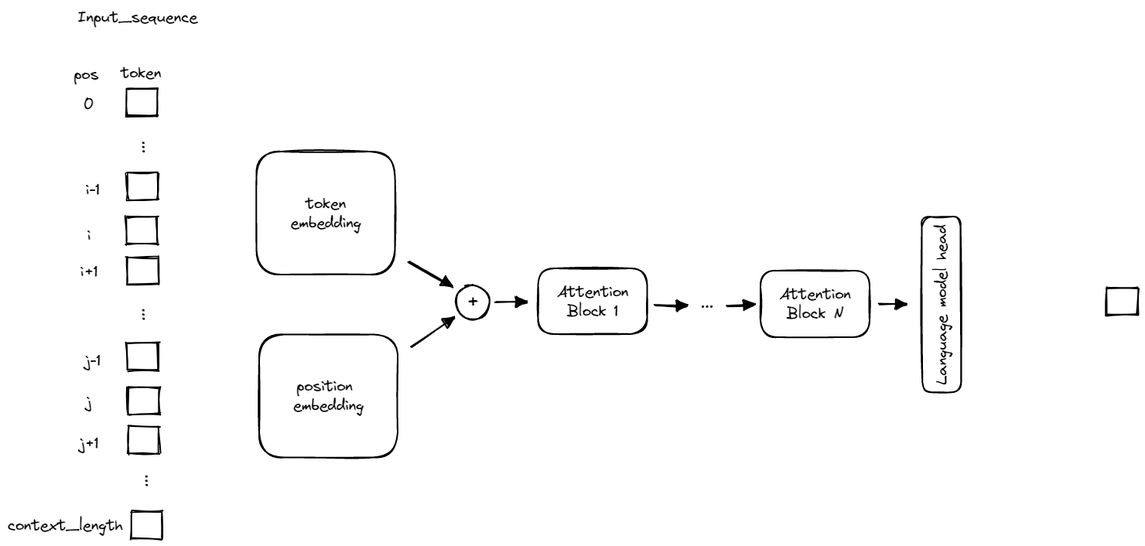
Earlier version of the Excalidraw export images/transformer.png (richbrei/understand_gpt). Source tidied: one line per element, renumbered; positions are measured from the earlier drawing's top-left corner, leaving out a move shared by most shapes.
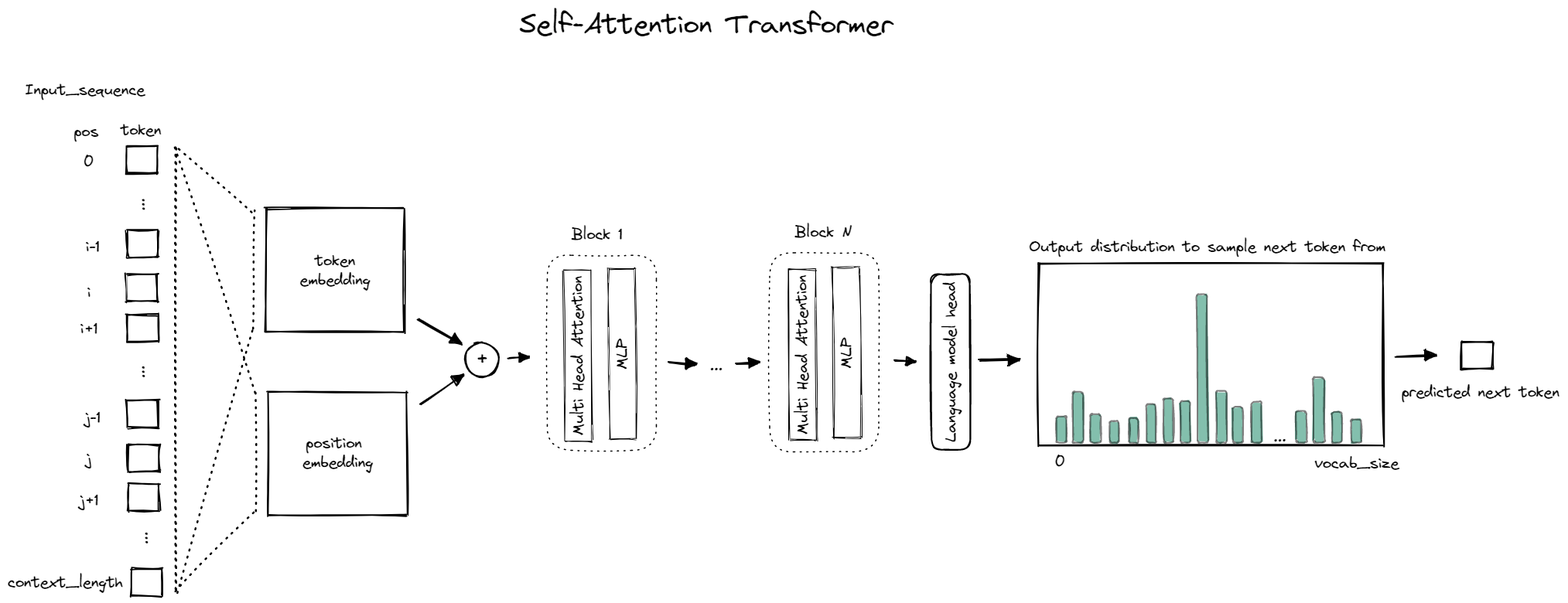
Later version of the same file.

Commit message:
updated Transformer figure

What changed in the source:
```diff
@@ -1,42 +1,77 @@
 {"id": 0, "type": "rectangle", "strokeColor": "#000000", "strokeWidth": 2, "roughness": 1, "x": 154, "y": 105, "width": 40, "height": 35}
 {"id": 1, "type": "rectangle", "strokeColor": "#000000", "strokeWidth": 2, "roughness": 1, "x": 154, "y": 270, "width": 40, "height": 35}
-{"id": 2, "type": "rectangle", "strokeColor": "#000000", "strokeWidth": 2, "roughness": 1, "x": 154, "y": 214, "width": 40, "height": 35}
+{"id": 2, "type": "rectangle", "strokeColor": "#000000", "strokeWidth": 2, "roughness": 1, "x": 155, "y": 213, "width": 40, "height": 35}
-{"id": 3, "type": "rectangle", "strokeColor": "#000000", "strokeWidth": 2, "roughness": 1, "x": 154, "y": 322, "width": 40, "height": 35}
+{"id": 3, "type": "rectangle", "strokeColor": "#000000", "strokeWidth": 2, "roughness": 1, "x": 155, "y": 322, "width": 40, "height": 35}
-{"id": 4, "type": "rectangle", "strokeColor": "#000000", "strokeWidth": 2, "roughness": 1, "x": 156, "y": 542, "width": 40, "height": 35}
+{"id": 4, "type": "rectangle", "strokeColor": "#000000", "strokeWidth": 2, "roughness": 1, "x": 156, "y": 541, "width": 40, "height": 35}
-{"id": 5, "type": "rectangle", "strokeColor": "#000000", "strokeWidth": 2, "roughness": 1, "x": 154, "y": 434, "width": 40, "height": 35}
+{"id": 5, "type": "rectangle", "strokeColor": "#000000", "strokeWidth": 2, "roughness": 1, "x": 155, "y": 433, "width": 40, "height": 35}
 {"id": 6, "type": "rectangle", "strokeColor": "#000000", "strokeWidth": 2, "roughness": 1, "x": 156, "y": 490, "width": 40, "height": 35}
 {"id": 7, "type": "text", "text": "...", "strokeColor": "#000000", "angle": 4.7, "strokeWidth": 2, "roughness": 1, "fontSize": 20, "fontFamily": 1, "x": 162, "y": 167, "width": 18, "height": 25}
-{"id": 8, "type": "text", "text": "...", "strokeColor": "#000000", "angle": 4.7, "strokeWidth": 2, "roughness": 1, "fontSize": 20, "fontFamily": 1, "x": 165, "y": 598, "width": 18, "height": 25}
+{"id": 8, "type": "text", "text": "...", "strokeColor": "#000000", "angle": 4.7, "strokeWidth": 2, "roughness": 1, "fontSize": 20, "fontFamily": 1, "x": 166, "y": 598, "width": 18, "height": 25}
 {"id": 9, "type": "text", "text": "0", "strokeColor": "#000000", "strokeWidth": 2, "roughness": 1, "fontSize": 20, "fontFamily": 1, "x": 98, "y": 113, "width": 16, "height": 25}
-{"id": 10, "type": "text", "text": "i", "strokeColor": "#000000", "strokeWidth": 2, "roughness": 1, "fontSize": 20, "fontFamily": 1, "x": 103, "y": 282, "width": 6, "height": 25}
+{"id": 10, "type": "text", "text": "i", "strokeColor": "#000000", "strokeWidth": 2, "roughness": 1, "fontSize": 20, "fontFamily": 1, "x": 103, "y": 281, "width": 6, "height": 25}
 {"id": 11, "type": "text", "text": "j", "strokeColor": "#000000", "strokeWidth": 2, "roughness": 1, "fontSize": 20, "fontFamily": 1, "x": 101, "y": 496, "width": 9, "height": 25}
-{"id": 12, "type": "rectangle", "strokeColor": "#000000", "strokeWidth": 2, "roughness": 1, "x": 160, "y": 652, "width": 40, "height": 35}
+{"id": 12, "type": "rectangle", "strokeColor": "#000000", "strokeWidth": 2, "roughness": 1, "x": 160, "y": 651, "width": 40, "height": 35}
-{"id": 13, "type": "text", "text": "...", "strokeColor": "#000000", "angle": 4.7, "strokeWidth": 2, "roughness": 1, "fontSize": 20, "fontFamily": 1, "x": 162, "y": 384, "width": 18, "height": 25}
+{"id": 13, "type": "text", "text": "...", "strokeColor": "#000000", "angle": 4.7, "strokeWidth": 2, "roughness": 1, "fontSize": 20, "fontFamily": 1, "x": 162, "y": 383, "width": 18, "height": 25}
 {"id": 14, "type": "text", "text": " i-1", "strokeColor": "#000000", "strokeWidth": 2, "roughness": 1, "fontSize": 20, "fontFamily": 1, "x": 91, "y": 222, "width": 30, "height": 25}
 {"id": 15, "type": "text", "text": "i+1", "strokeColor": "#000000", "strokeWidth": 2, "roughness": 1, "fontSize": 20, "fontFamily": 1, "x": 94, "y": 328, "width": 24, "height": 25}
 {"id": 16, "type": "text", "text": "j+1", "strokeColor": "#000000", "strokeWidth": 2, "roughness": 1, "fontSize": 20, "fontFamily": 1, "x": 93, "y": 550, "width": 26, "height": 25}
 {"id": 17, "type": "text", "text": "context_length", "strokeColor": "#000000", "strokeWidth": 2, "roughness": 1, "fontSize": 20, "fontFamily": 1, "x": 0, "y": 656, "width": 151, "height": 25}
-{"id": 18, "type": "text", "text": "Input_sequence", "strokeColor": "#000000", "strokeWidth": 2, "roughness": 1, "fontSize": 20, "fontFamily": 1, "x": 90, "y": 0, "width": 157, "height": 25}
+{"id": 18, "type": "text", "text": "Input_sequence", "strokeColor": "#000000", "strokeWidth": 2, "roughness": 1, "fontSize": 20, "fontFamily": 1, "x": 23, "y": 20, "width": 157, "height": 25}
-{"id": 19, "type": "text", "text": " j-1", "strokeColor": "#000000", "strokeWidth": 2, "roughness": 1, "fontSize": 20, "fontFamily": 1, "x": 90, "y": 444, "width": 32, "height": 25}
+{"id": 19, "type": "text", "text": " j-1", "strokeColor": "#000000", "strokeWidth": 2, "roughness": 1, "fontSize": 20, "fontFamily": 1, "x": 90, "y": 443, "width": 32, "height": 25}
-{"id": 20, "type": "text", "text": "token", "strokeColor": "#000000", "strokeWidth": 2, "roughness": 1, "fontSize": 20, "fontFamily": 1, "x": 146, "y": 72, "width": 54, "height": 25}
+{"id": 20, "type": "text", "text": "token", "strokeColor": "#000000", "strokeWidth": 2, "roughness": 1, "fontSize": 20, "fontFamily": 1, "x": 146, "y": 71, "width": 54, "height": 25}
-{"id": 21, "type": "text", "text": "pos", "strokeColor": "#000000", "strokeWidth": 2, "roughness": 1, "fontSize": 20, "fontFamily": 1, "x": 86, "y": 74, "width": 34, "height": 25}
+{"id": 21, "type": "text", "text": "pos", "strokeColor": "#000000", "strokeWidth": 2, "roughness": 1, "fontSize": 20, "fontFamily": 1, "x": 86, "y": 73, "width": 34, "height": 25}
-{"id": 22, "type": "rectangle", "strokeColor": "#000000", "strokeWidth": 2, "roughness": 1, "round": true, "x": 322, "y": 186, "width": 179, "height": 159}
+{"id": 22, "type": "rectangle", "strokeColor": "#000000", "strokeWidth": 2, "roughness": 1, "x": 334, "y": 186, "width": 179, "height": 159}
-{"id": 23, "type": "text", "text": "token\nembedding", "strokeColor": "#000000", "strokeWidth": 2, "roughness": 1, "fontSize": 20, "fontFamily": 1, "textAlign": "center", "verticalAlign": "middle", "inside": 22, "x": 364, "y": 240, "width": 93, "height": 50}
+{"id": 23, "type": "text", "text": "token\nembedding", "strokeColor": "#000000", "strokeWidth": 2, "roughness": 1, "fontSize": 20, "fontFamily": 1, "textAlign": "center", "verticalAlign": "middle", "inside": 22, "x": 377, "y": 240, "width": 93, "height": 50}
-{"id": 24, "type": "rectangle", "strokeColor": "#000000", "strokeWidth": 2, "roughness": 1, "round": true, "x": 325, "y": 422, "width": 179, "height": 159}
+{"id": 24, "type": "rectangle", "strokeColor": "#000000", "strokeWidth": 2, "roughness": 1, "x": 337, "y": 422, "width": 179, "height": 159}
-{"id": 25, "type": "text", "text": "position \nembedding", "strokeColor": "#000000", "strokeWidth": 2, "roughness": 1, "fontSize": 20, "fontFamily": 1, "textAlign": "center", "verticalAlign": "middle", "inside": 24, "x": 368, "y": 477, "width": 93, "height": 50}
+{"id": 25, "type": "text", "text": "position \nembedding", "strokeColor": "#000000", "strokeWidth": 2, "roughness": 1, "fontSize": 20, "fontFamily": 1, "textAlign": "center", "verticalAlign": "middle", "inside": 24, "x": 380, "y": 477, "width": 93, "height": 50}
-{"id": 26, "type": "ellipse", "strokeColor": "#000000", "strokeWidth": 2, "roughness": 1, "round": true, "x": 580, "y": 358, "width": 43, "height": 45}
+{"id": 26, "type": "ellipse", "strokeColor": "#000000", "strokeWidth": 2, "roughness": 1, "round": true, "x": 592, "y": 358, "width": 43, "height": 45}
-{"id": 27, "type": "text", "text": "+", "strokeColor": "#000000", "strokeWidth": 2, "roughness": 1, "fontSize": 28, "fontFamily": 1, "textAlign": "center", "verticalAlign": "middle", "inside": 26, "x": 591, "y": 363, "width": 20, "height": 35}
+{"id": 27, "type": "text", "text": "+", "strokeColor": "#000000", "strokeWidth": 2, "roughness": 1, "fontSize": 28, "fontFamily": 1, "textAlign": "center", "verticalAlign": "middle", "inside": 26, "x": 603, "y": 363, "width": 20, "height": 35}
-{"id": 28, "type": "arrow", "strokeColor": "#000000", "strokeWidth": 2, "roughness": 1, "endArrowhead": "triangle", "round": true, "from": 22, "to": 26, "x": 518, "y": 329, "width": 57, "height": 32, "points": [[0, 0], [57, 32]]}
+{"id": 28, "type": "arrow", "strokeColor": "#000000", "strokeWidth": 2, "roughness": 1, "endArrowhead": "triangle", "round": true, "from": 22, "to": 26, "x": 531, "y": 329, "width": 57, "height": 32, "points": [[0, 0], [57, 32]]}
-{"id": 29, "type": "arrow", "strokeColor": "#000000", "strokeWidth": 2, "roughness": 1, "endArrowhead": "triangle", "round": true, "from": 24, "to": 26, "x": 522, "y": 438, "width": 55, "height": 38, "points": [[0, 0], [55, -38]]}
+{"id": 29, "type": "arrow", "strokeColor": "#000000", "strokeWidth": 2, "roughness": 1, "endArrowhead": "triangle", "round": true, "from": 24, "to": 26, "x": 534, "y": 438, "width": 55, "height": 38, "points": [[0, 0], [55, -38]]}
-{"id": 30, "type": "arrow", "strokeColor": "#000000", "strokeWidth": 2, "roughness": 1, "endArrowhead": "triangle", "round": true, "from": 26, "to": 31, "x": 631, "y": 381, "width": 40, "height": 1, "points": [[0, 0], [40, -1]]}
+{"id": 30, "type": "arrow", "strokeColor": "#000000", "strokeWidth": 2, "roughness": 1, "endArrowhead": "triangle", "round": true, "from": 26, "to": 31, "x": 647, "y": 379, "width": 26, "height": 2, "points": [[0, 0], [26, -2]]}
-{"id": 31, "type": "rectangle", "strokeColor": "#000000", "strokeWidth": 2, "roughness": 1, "round": true, "x": 686, "y": 337, "width": 141, "height": 85}
+{"id": 31, "type": "rectangle", "strokeColor": "#000000", "strokeWidth": 1, "strokeStyle": "dotted", "roughness": 1, "round": true, "x": 698, "y": 246, "width": 141, "height": 252}
-{"id": 32, "type": "text", "text": "Attention\nBlock 1", "strokeColor": "#000000", "strokeWidth": 2, "roughness": 1, "fontSize": 20, "fontFamily": 1, "textAlign": "center", "verticalAlign": "middle", "inside": 31, "x": 710, "y": 354, "width": 93, "height": 50}
-{"id": 33, "type": "rectangle", "strokeColor": "#000000", "strokeWidth": 2, "roughness": 1, "round": true, "x": 973, "y": 340, "width": 141, "height": 86}
+{"id": 33, "type": "rectangle", "strokeColor": "#000000", "strokeWidth": 1, "strokeStyle": "dotted", "roughness": 1, "round": true, "x": 985, "y": 243, "width": 141, "height": 257}
-{"id": 34, "type": "text", "text": "Attention\nBlock N", "strokeColor": "#000000", "strokeWidth": 2, "roughness": 1, "fontSize": 20, "fontFamily": 1, "textAlign": "center", "verticalAlign": "middle", "inside": 33, "x": 997, "y": 358, "width": 93, "height": 50}
-{"id": 35, "type": "arrow", "strokeColor": "#000000", "strokeWidth": 2, "roughness": 1, "endArrowhead": "triangle", "round": true, "from": 31, "x": 836, "y": 385, "width": 40, "height": 1, "points": [[0, 0], [40, 1]]}
+{"id": 35, "type": "arrow", "strokeColor": "#000000", "strokeWidth": 2, "roughness": 1, "endArrowhead": "triangle", "round": true, "from": 31, "x": 855, "y": 384, "width": 34, "height": 3, "points": [[0, 0], [34, 3]]}
-{"id": 36, "type": "arrow", "strokeColor": "#000000", "strokeWidth": 2, "roughness": 1, "endArrowhead": "triangle", "round": true, "to": 33, "x": 930, "y": 386, "width": 34, "height": 1, "points": [[0, 0], [34, -1]]}
+{"id": 36, "type": "arrow", "strokeColor": "#000000", "strokeWidth": 2, "roughness": 1, "endArrowhead": "triangle", "round": true, "to": 33, "x": 942, "y": 387, "width": 28, "height": 1, "points": [[0, 0], [28, -1]]}
-{"id": 37, "type": "text", "text": "...", "strokeColor": "#000000", "strokeWidth": 2, "roughness": 1, "fontSize": 20, "fontFamily": 1, "x": 896, "y": 369, "width": 18, "height": 25}
+{"id": 37, "type": "text", "text": "...", "strokeColor": "#000000", "strokeWidth": 2, "roughness": 1, "fontSize": 20, "fontFamily": 1, "x": 908, "y": 375, "width": 18, "height": 25}
-{"id": 38, "type": "rectangle", "strokeColor": "#000000", "angle": 4.71, "strokeWidth": 2, "roughness": 1, "round": true, "x": 1093, "y": 359, "width": 227, "height": 50}
+{"id": 38, "type": "rectangle", "strokeColor": "#000000", "angle": 4.71, "strokeWidth": 2, "roughness": 1, "round": true, "x": 1106, "y": 359, "width": 227, "height": 50}
-{"id": 39, "type": "text", "text": "Language model head", "strokeColor": "#000000", "angle": 4.71, "strokeWidth": 2, "roughness": 1, "fontSize": 20, "fontFamily": 1, "textAlign": "center", "verticalAlign": "middle", "inside": 38, "x": 1102, "y": 371, "width": 209, "height": 25}
+{"id": 39, "type": "text", "text": "Language model head", "strokeColor": "#000000", "angle": 4.71, "strokeWidth": 2, "roughness": 1, "fontSize": 20, "fontFamily": 1, "textAlign": "center", "verticalAlign": "middle", "inside": 38, "x": 1115, "y": 371, "width": 209, "height": 25}
-{"id": 40, "type": "arrow", "strokeColor": "#000000", "strokeWidth": 2, "roughness": 1, "endArrowhead": "triangle", "round": true, "from": 33, "x": 1127, "y": 384, "width": 34, "height": 1, "points": [[0, 0], [34, -1]]}
+{"id": 40, "type": "arrow", "strokeColor": "#000000", "strokeWidth": 2, "roughness": 1, "endArrowhead": "triangle", "round": true, "from": 33, "x": 1147, "y": 383, "width": 26, "height": 0, "points": [[0, 0], [26, 0]]}
-{"id": 41, "type": "rectangle", "strokeColor": "#000000", "strokeWidth": 2, "roughness": 1, "x": 1420, "y": 362, "width": 40, "height": 35}
+{"id": 41, "type": "rectangle", "strokeColor": "#000000", "strokeWidth": 2, "roughness": 1, "x": 1879, "y": 358, "width": 40, "height": 35}
+{"id": 42, "type": "rectangle", "strokeColor": "#000000", "angle": 4.7, "backgroundColor": "#087f5b", "fillStyle": "solid", "strokeWidth": 2, "roughness": 1, "opacity": 50, "round": true, "x": 1345, "y": 465, "width": 34, "height": 13}
+{"id": 43, "type": "rectangle", "strokeColor": "#000000", "angle": 4.7, "backgroundColor": "#087f5b", "fillStyle": "solid", "strokeWidth": 2, "roughness": 1, "opacity": 50, "round": true, "x": 1351, "y": 449, "width": 66, "height": 13}
+{"id": 44, "type": "rectangle", "strokeColor": "#000000", "angle": 4.7, "backgroundColor": "#087f5b", "fillStyle": "solid", "strokeWidth": 2, "roughness": 1, "opacity": 50, "round": true, "x": 1388, "y": 463, "width": 37, "height": 14}
+{"id": 45, "type": "rectangle", "strokeColor": "#000000", "angle": 4.7, "backgroundColor": "#087f5b", "fillStyle": "solid", "strokeWidth": 2, "roughness": 1, "opacity": 50, "round": true, "x": 1416, "y": 468, "width": 28, "height": 12}
+{"id": 46, "type": "rectangle", "strokeColor": "#000000", "angle": 4.7, "backgroundColor": "#087f5b", "fillStyle": "solid", "strokeWidth": 2, "roughness": 1, "opacity": 50, "round": true, "x": 1453, "y": 457, "width": 50, "height": 12}
+{"id": 47, "type": "rectangle", "strokeColor": "#000000", "angle": 4.7, "backgroundColor": "#087f5b", "fillStyle": "solid", "strokeWidth": 2, "roughness": 1, "opacity": 50, "round": true, "x": 1472, "y": 454, "width": 57, "height": 12}
+{"id": 48, "type": "rectangle", "strokeColor": "#000000", "angle": 4.7, "backgroundColor": "#087f5b", "fillStyle": "solid", "strokeWidth": 2, "roughness": 1, "opacity": 50, "round": true, "x": 1439, "y": 466, "width": 32, "height": 12}
+{"id": 49, "type": "rectangle", "strokeColor": "#000000", "angle": 4.7, "backgroundColor": "#087f5b", "fillStyle": "solid", "strokeWidth": 2, "roughness": 1, "opacity": 50, "round": true, "x": 1652, "y": 461, "width": 41, "height": 14}
+{"id": 50, "type": "rectangle", "strokeColor": "#000000", "angle": 4.7, "backgroundColor": "#087f5b", "fillStyle": "solid", "strokeWidth": 2, "roughness": 1, "opacity": 50, "round": true, "x": 1653, "y": 439, "width": 85, "height": 15}
+{"id": 51, "type": "rectangle", "strokeColor": "#000000", "angle": 4.7, "backgroundColor": "#087f5b", "fillStyle": "solid", "strokeWidth": 2, "roughness": 1, "opacity": 50, "round": true, "x": 1567, "y": 458, "width": 47, "height": 13}
+{"id": 52, "type": "text", "text": "...", "strokeColor": "#000000", "angle": 9.4, "strokeWidth": 2, "roughness": 1, "fontSize": 20, "fontFamily": 1, "x": 1635, "y": 477, "width": 18, "height": 25}
+{"id": 53, "type": "rectangle", "strokeColor": "#000000", "angle": 4.7, "backgroundColor": "#087f5b", "fillStyle": "solid", "strokeWidth": 2, "roughness": 1, "opacity": 50, "round": true, "x": 1448, "y": 385, "width": 192, "height": 14}
+{"id": 54, "type": "rectangle", "strokeColor": "#000000", "angle": 4.7, "backgroundColor": "#087f5b", "fillStyle": "solid", "strokeWidth": 2, "roughness": 1, "opacity": 50, "round": true, "x": 1536, "y": 448, "width": 67, "height": 14}
+{"id": 55, "type": "rectangle", "strokeColor": "#000000", "angle": 4.7, "backgroundColor": "#087f5b", "fillStyle": "solid", "strokeWidth": 2, "roughness": 1, "opacity": 50, "round": true, "x": 1495, "y": 455, "width": 54, "height": 13}
+{"id": 56, "type": "rectangle", "strokeColor": "#000000", "angle": 4.7, "backgroundColor": "#087f5b", "fillStyle": "solid", "strokeWidth": 2, "roughness": 1, "opacity": 50, "round": true, "x": 1588, "y": 455, "width": 53, "height": 13}
+{"id": 57, "type": "rectangle", "strokeColor": "#000000", "angle": 4.7, "backgroundColor": "#087f5b", "fillStyle": "solid", "strokeWidth": 2, "roughness": 1, "opacity": 50, "round": true, "x": 1698, "y": 462, "width": 40, "height": 13}
+{"id": 58, "type": "rectangle", "strokeColor": "#000000", "angle": 4.7, "backgroundColor": "#087f5b", "fillStyle": "solid", "strokeWidth": 2, "roughness": 1, "opacity": 50, "round": true, "x": 1728, "y": 467, "width": 30, "height": 13}
+{"id": 59, "type": "text", "text": "0", "strokeColor": "#000000", "strokeWidth": 2, "roughness": 1, "fontSize": 20, "fontFamily": 1, "x": 1354, "y": 501, "width": 16, "height": 25}
+{"id": 60, "type": "text", "text": "vocab_size", "strokeColor": "#000000", "strokeWidth": 2, "roughness": 1, "fontSize": 20, "fontFamily": 1, "x": 1689, "y": 502, "width": 111, "height": 25}
+{"id": 61, "type": "arrow", "strokeColor": "#000000", "backgroundColor": "#087f5b", "fillStyle": "solid", "strokeWidth": 2, "roughness": 1, "endArrowhead": "triangle", "round": true, "from": 38, "to": 62, "x": 1256, "y": 382, "width": 53, "height": 1, "points": [[0, 0], [53, -1]]}
+{"id": 62, "type": "rectangle", "strokeColor": "#000000", "strokeWidth": 2, "roughness": 1, "x": 1333, "y": 256, "width": 446, "height": 236}
+{"id": 63, "type": "text", "text": "Output distribution to sample next token from", "strokeColor": "#000000", "strokeWidth": 2, "roughness": 1, "fontSize": 20, "fontFamily": 1, "x": 1320, "y": 222, "width": 463, "height": 25}
+{"id": 64, "type": "arrow", "strokeColor": "#000000", "backgroundColor": "#087f5b", "fillStyle": "solid", "strokeWidth": 2, "roughness": 1, "endArrowhead": "triangle", "round": true, "from": 62, "x": 1794, "y": 377, "width": 53, "height": 1, "points": [[0, 0], [53, -1]]}
+{"id": 65, "type": "line", "strokeColor": "#000000", "strokeWidth": 2, "strokeStyle": "dotted", "roughness": 1, "x": 219, "y": 682, "width": 100, "height": 574, "points": [[0, 0], [100, -341], [99, -493], [0, -574], [0, 0]]}
+{"id": 66, "type": "line", "strokeColor": "#000000", "strokeWidth": 2, "strokeStyle": "dotted", "roughness": 1, "x": 216, "y": 680, "width": 104, "height": 574, "points": [[0, 0], [104, -104], [104, -256], [0, -574], [0, 0]]}
+{"id": 67, "type": "text", "text": "predicted next token", "strokeColor": "#000000", "strokeWidth": 2, "roughness": 1, "fontSize": 20, "fontFamily": 1, "x": 1802, "y": 411, "width": 206, "height": 25}
+{"id": 68, "type": "rectangle", "strokeColor": "#000000", "angle": 4.7, "strokeWidth": 1, "roughness": 1, "x": 627, "y": 358, "width": 221, "height": 35}
+{"id": 69, "type": "text", "text": "Multi Head Attention", "strokeColor": "#000000", "angle": 4.7, "strokeWidth": 2, "strokeStyle": "dotted", "roughness": 1, "fontSize": 20, "fontFamily": 1, "textAlign": "center", "verticalAlign": "middle", "inside": 68, "x": 633, "y": 363, "width": 208, "height": 25}
+{"id": 70, "type": "rectangle", "strokeColor": "#000000", "angle": 4.7, "strokeWidth": 1, "roughness": 1, "x": 684, "y": 356, "width": 221, "height": 35}
+{"id": 71, "type": "text", "text": "MLP", "strokeColor": "#000000", "angle": 4.7, "strokeWidth": 2, "strokeStyle": "dotted", "roughness": 1, "fontSize": 20, "fontFamily": 1, "textAlign": "center", "verticalAlign": "middle", "inside": 70, "x": 773, "y": 361, "width": 43, "height": 25}
+{"id": 72, "type": "rectangle", "strokeColor": "#000000", "angle": 4.7, "strokeWidth": 1, "roughness": 1, "x": 917, "y": 357, "width": 221, "height": 35}
+{"id": 73, "type": "text", "text": "Multi Head Attention", "strokeColor": "#000000", "angle": 4.7, "strokeWidth": 2, "strokeStyle": "dotted", "roughness": 1, "fontSize": 20, "fontFamily": 1, "textAlign": "center", "verticalAlign": "middle", "inside": 72, "x": 923, "y": 362, "width": 208, "height": 25}
+{"id": 74, "type": "rectangle", "strokeColor": "#000000", "angle": 4.7, "strokeWidth": 1, "roughness": 1, "x": 974, "y": 354, "width": 221, "height": 35}
+{"id": 75, "type": "text", "text": "MLP", "strokeColor": "#000000", "angle": 4.7, "strokeWidth": 2, "strokeStyle": "dotted", "roughness": 1, "fontSize": 20, "fontFamily": 1, "textAlign": "center", "verticalAlign": "middle", "inside": 74, "x": 1063, "y": 359, "width": 43, "height": 25}
+{"id": 76, "type": "text", "text": "Block 1", "strokeColor": "#000000", "strokeWidth": 1, "strokeStyle": "dotted", "roughness": 1, "fontSize": 20, "fontFamily": 1, "x": 729, "y": 207, "width": 68, "height": 25}
+{"id": 77, "type": "text", "text": "Block N", "strokeColor": "#000000", "strokeWidth": 1, "strokeStyle": "dotted", "roughness": 1, "fontSize": 20, "fontFamily": 1, "x": 1018, "y": 204, "width": 76, "height": 25}
+{"id": 78, "type": "text", "text": "Self-Attention Transformer", "strokeColor": "#000000", "strokeWidth": 1, "strokeStyle": "dotted", "roughness": 1, "fontSize": 36, "fontFamily": 1, "x": 662, "y": -74, "width": 485, "height": 45}
```
